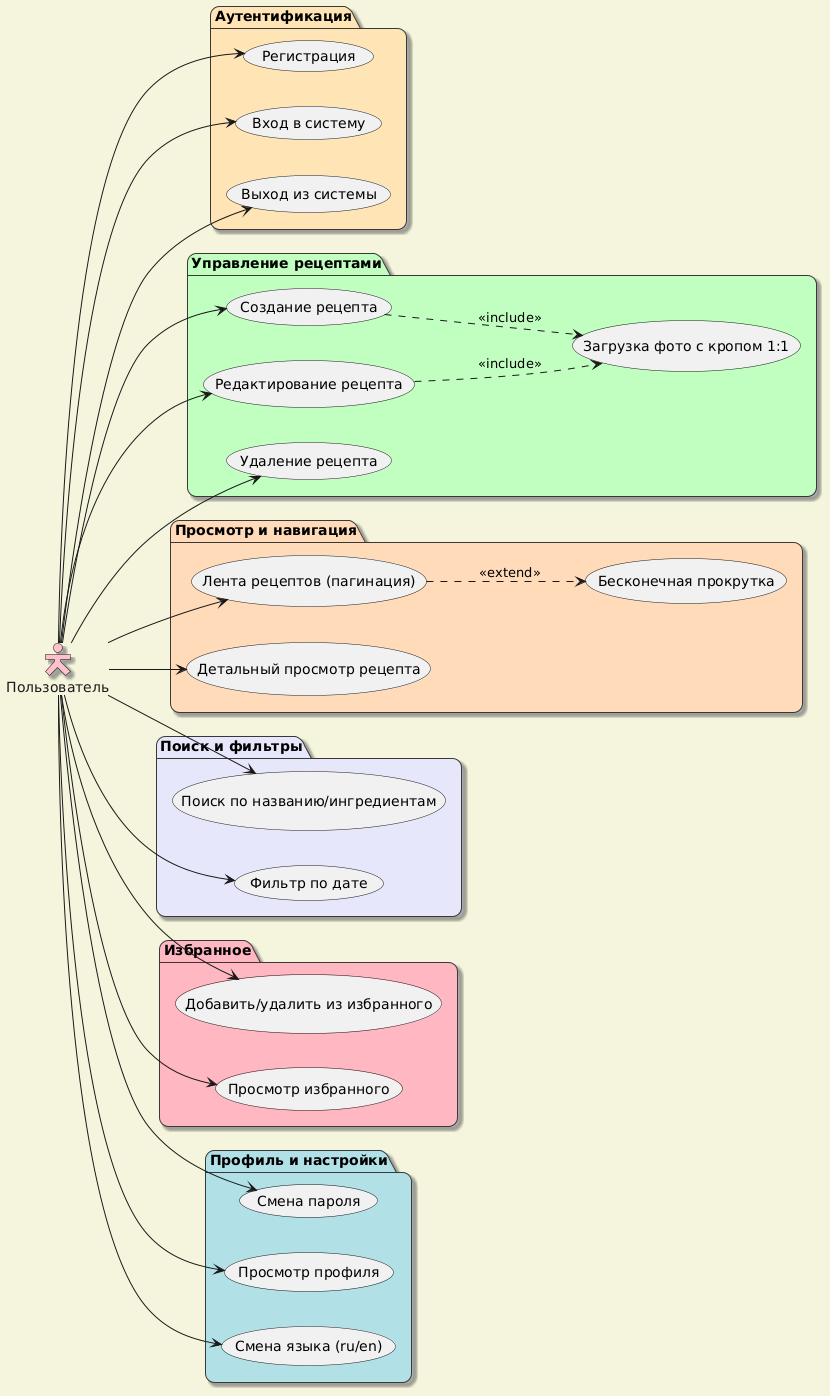
This is docs/diagrams/диаграмма_прецедентов.png from cranchy-team/cook-book, a PlantUML export, as it was before one commit. Its diagram source:
```plantuml
@startuml
!theme mars
left to right direction

skinparam shadowing true
skinparam roundcorner 18
skinparam backgroundcolor #F5F5DC
skinparam actorStyle hollow

actor "Пользователь" as User #pink

package "Аутентификация" #FFE4B5 {
  usecase "Регистрация" as UC_Register
  usecase "Вход в систему" as UC_Login
  usecase "Выход из системы" as UC_Logout
}

package "Управление рецептами" #C1FFC1 {
  usecase "Создание рецепта" as UC_Create
  usecase "Редактирование рецепта" as UC_Edit
  usecase "Удаление рецепта" as UC_Delete
  usecase "Загрузка фото с кропом 1:1" as UC_Image
  UC_Create ..> UC_Image : <<include>>
  UC_Edit ..> UC_Image : <<include>>
}

package "Просмотр и навигация" #FFDAB9 {
  usecase "Лента рецептов (пагинация)" as UC_Feed
  usecase "Бесконечная прокрутка" as UC_Scroll
  usecase "Детальный просмотр рецепта" as UC_Detail
  UC_Feed ..> UC_Scroll : <<extend>>
}

package "Поиск и фильтры" #E6E6FA {
  usecase "Поиск по названию/ингредиентам" as UC_Search
  usecase "Фильтр по дате" as UC_DateFilter
}

package "Избранное" #FFB6C1 {
  usecase "Добавить/удалить из избранного" as UC_FavToggle
  usecase "Просмотр избранного" as UC_ViewFav
}

package "Профиль и настройки" #B0E0E6 {
  usecase "Смена пароля" as UC_ChangePwd
  usecase "Просмотр профиля" as UC_Profile
  usecase "Смена языка (ru/en)" as UC_Lang
}

User --> UC_Register
User --> UC_Login
User --> UC_Logout
User --> UC_Create
User --> UC_Edit
User --> UC_Delete
User --> UC_Feed
User --> UC_Detail
User --> UC_Search
User --> UC_DateFilter
User --> UC_FavToggle
User --> UC_ViewFav
User --> UC_ChangePwd
User --> UC_Profile
User --> UC_Lang
@enduml
```
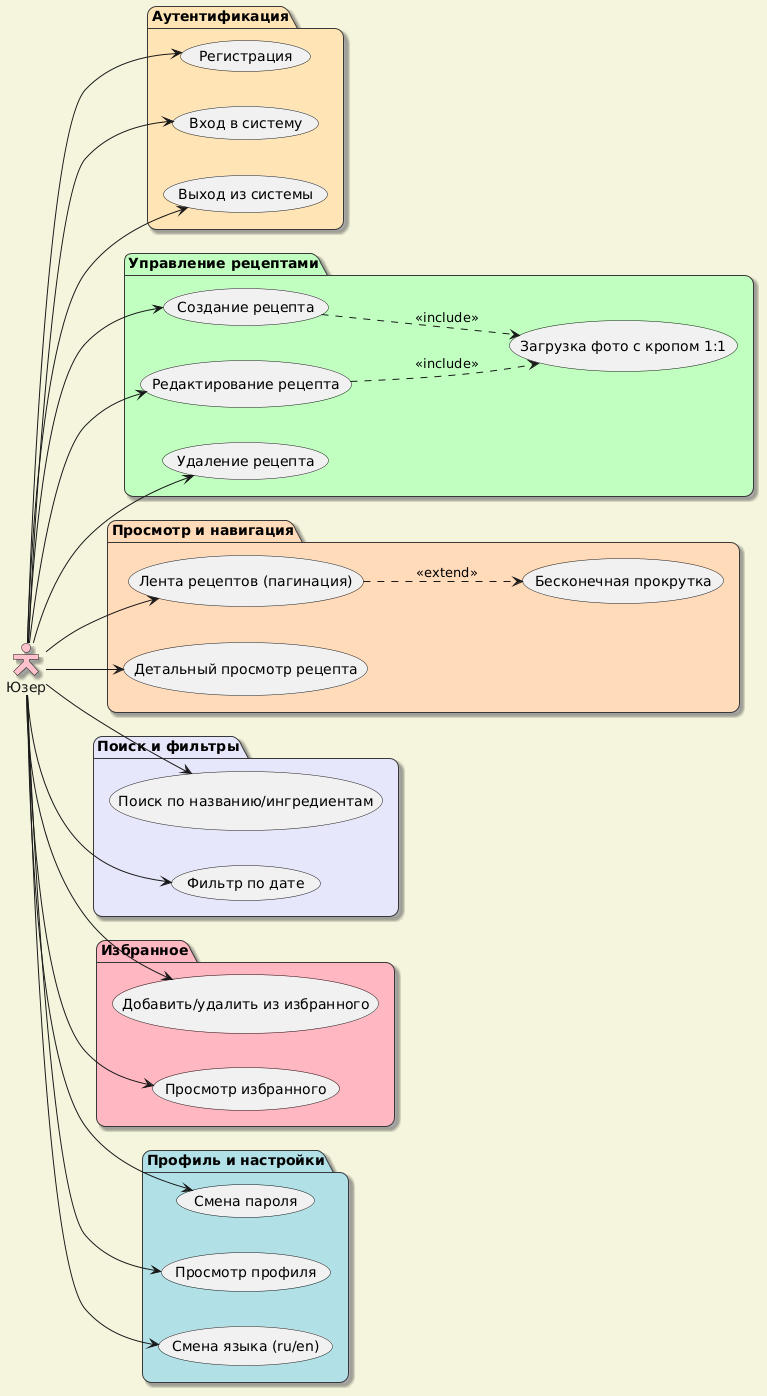
After the change.

The edit, as a diff of the source:
```diff
@@ -7,7 +7,7 @@
 skinparam backgroundcolor #F5F5DC
 skinparam actorStyle hollow
 
-actor "Пользователь" as User #pink
+actor "Юзер" as User #pink
 
 package "Аутентификация" #FFE4B5 {
   usecase "Регистрация" as UC_Register
```
